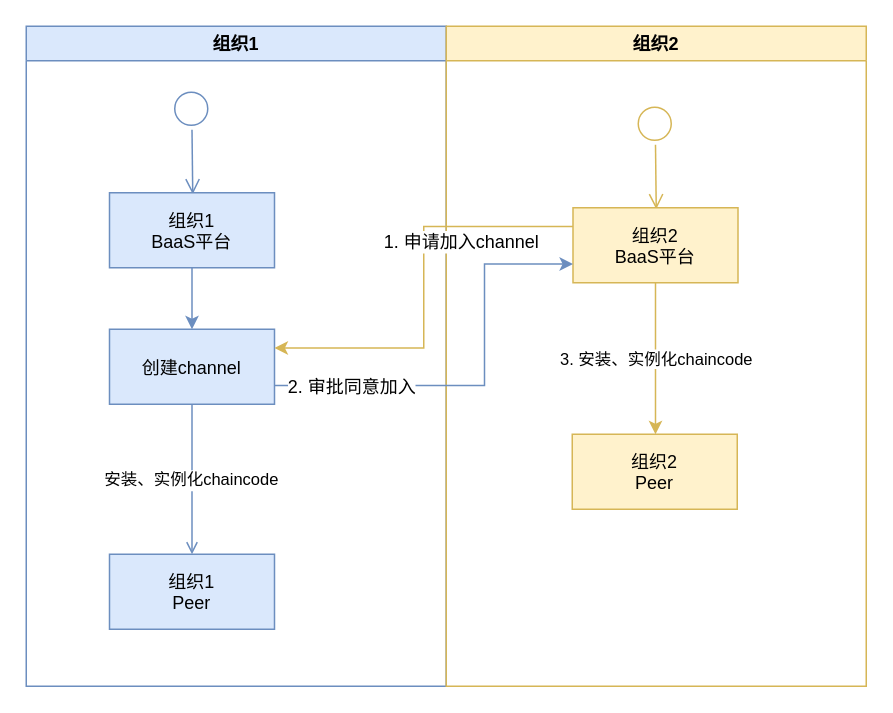
Above: repository/drawio/postb/上线部署-重点流程2.drawio in dilide/collections (draw.io), before the change. Source tidied: cells renumbered, new cells numbered last; positions are measured from the earlier drawing's top-left corner, leaving out a move shared by most shapes. Both pictures are drawn from the tidied source at 150%, with x=0, y=0 at pixel (26, 26).
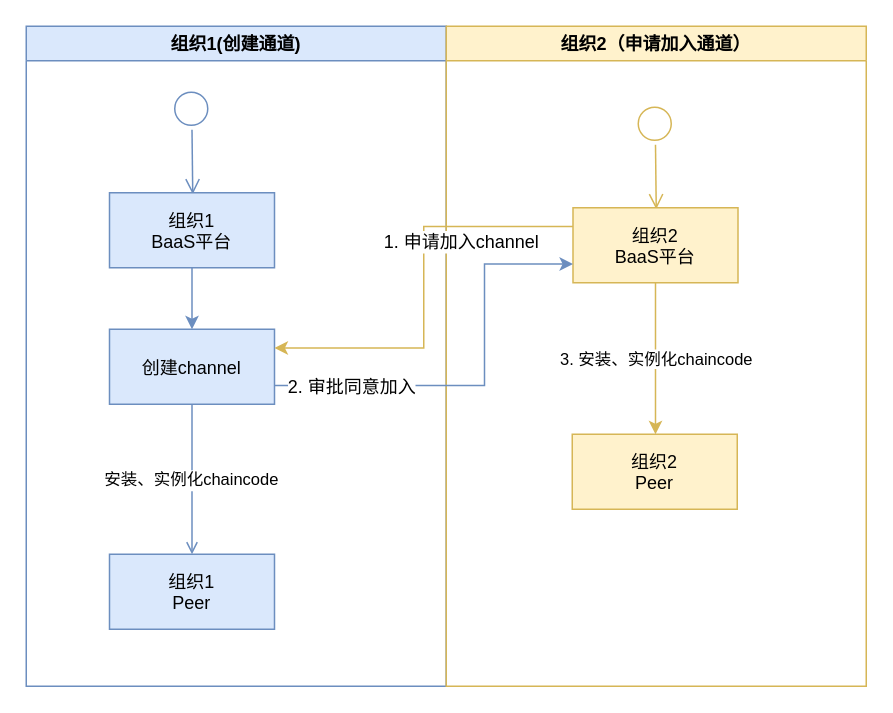
After the change.

Commit message:
Update 上线部署-重点流程2.drawio

Change to the diagram source:
```diff
@@
-    <mxCell id="2" value="组织1" style="swimlane;whiteSpace=wrap;fillColor=#dae8fc;strokeColor=#6c8ebf;" parent="1" vertex="1">
+    <mxCell id="2" value="组织1(创建通道)" style="swimlane;whiteSpace=wrap;fillColor=#dae8fc;strokeColor=#6c8ebf;" parent="1" vertex="1">
       <mxGeometry width="280" height="440" as="geometry" />
     </mxCell>
@@
-    <mxCell id="10" value="组织2" style="swimlane;whiteSpace=wrap;fillColor=#fff2cc;strokeColor=#d6b656;" parent="1" vertex="1">
+    <mxCell id="10" value="组织2（申请加入通道）" style="swimlane;whiteSpace=wrap;fillColor=#fff2cc;strokeColor=#d6b656;" parent="1" vertex="1">
       <mxGeometry x="280" width="280" height="440" as="geometry" />
     </mxCell>
```
